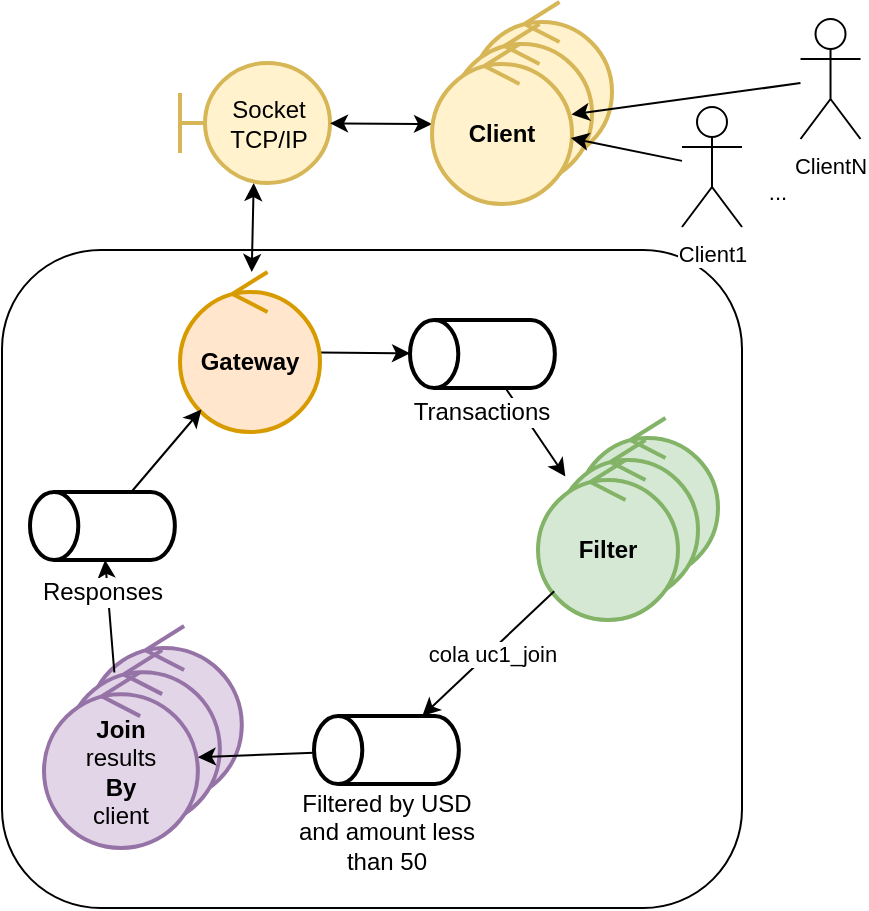
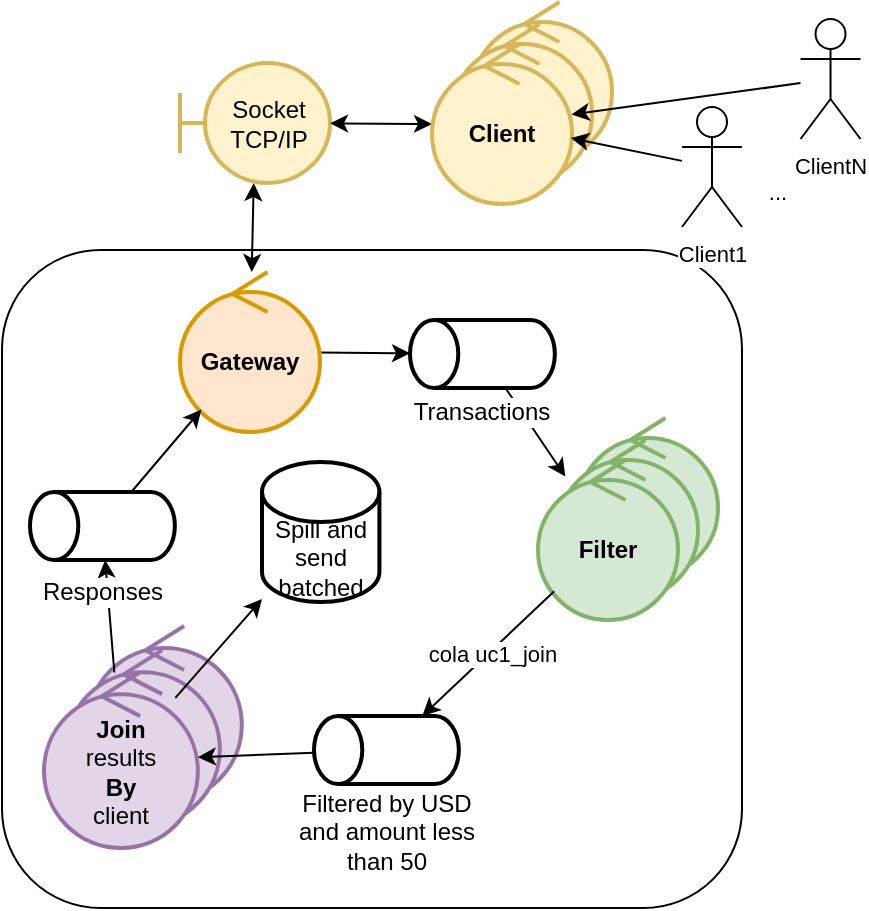
- <mxfile host="Electron" version="29.6.1">
+ <mxfile host="Electron">
  <diagram name="cluster-07" id="cluster-07">
-     <mxGraphModel dx="-2990" dy="4608" grid="1" gridSize="10" guides="1" tooltips="1" connect="1" arrows="1" fold="1" page="0" pageScale="1" pageWidth="850" pageHeight="1100" math="0" shadow="0">
+     <mxGraphModel dx="1030" dy="730" grid="1" gridSize="10" guides="1" tooltips="1" connect="1" arrows="1" fold="1" page="0" pageScale="1" pageWidth="850" pageHeight="1100" math="0" shadow="0">
      <root>
        <mxCell id="0" />
        <mxCell id="1" parent="0" />
        <mxCell id="m3lEM9vwjJh2p-cHX_Ol-222" parent="1" style="rounded=1;whiteSpace=wrap;html=1;fontFamily=Helvetica;fontSize=11;fontColor=default;labelBackgroundColor=default;fillColor=none;" value="" vertex="1">
-           <mxGeometry height="329" width="370" x="20.00" y="144.00" as="geometry" />
+           <mxGeometry height="329" width="370" x="20" y="144" as="geometry" />
        </mxCell>
        <mxCell id="m3lEM9vwjJh2p-cHX_Ol-223" edge="1" parent="1" source="m3lEM9vwjJh2p-cHX_Ol-224" style="shape=connector;rounded=0;orthogonalLoop=1;jettySize=auto;html=1;strokeColor=default;align=center;verticalAlign=middle;fontFamily=Helvetica;fontSize=11;fontColor=default;labelBackgroundColor=default;endArrow=classic;startArrow=classic;startFill=1;" target="m3lEM9vwjJh2p-cHX_Ol-226">
          <mxGeometry relative="1" as="geometry" />
        </mxCell>
        <mxCell id="m3lEM9vwjJh2p-cHX_Ol-224" parent="1" style="shape=umlBoundary;whiteSpace=wrap;html=1;strokeWidth=2;fillColor=#fff2cc;strokeColor=#d6b656;" value="Socket&lt;div&gt;TCP/IP&lt;/div&gt;" vertex="1">
-           <mxGeometry height="60" width="75" x="109.00" y="50.50" as="geometry" />
+           <mxGeometry height="60" width="75" x="109" y="50.5" as="geometry" />
        </mxCell>
        <mxCell id="m3lEM9vwjJh2p-cHX_Ol-225" edge="1" parent="1" source="m3lEM9vwjJh2p-cHX_Ol-226" style="shape=connector;rounded=0;orthogonalLoop=1;jettySize=auto;html=1;strokeColor=default;align=center;verticalAlign=middle;fontFamily=Helvetica;fontSize=11;fontColor=default;labelBackgroundColor=default;endArrow=classic;" target="m3lEM9vwjJh2p-cHX_Ol-233">
          <mxGeometry relative="1" as="geometry" />
        </mxCell>
        <mxCell id="m3lEM9vwjJh2p-cHX_Ol-226" parent="1" style="ellipse;shape=umlControl;whiteSpace=wrap;html=1;strokeWidth=2;fillColor=#ffe6cc;strokeColor=#d79b00;" value="&lt;b&gt;Gateway&lt;/b&gt;" vertex="1">
-           <mxGeometry height="80" width="70" x="109.00" y="155.00" as="geometry" />
+           <mxGeometry height="80" width="70" x="109" y="155" as="geometry" />
        </mxCell>
        <mxCell id="m3lEM9vwjJh2p-cHX_Ol-227" connectable="0" parent="1" style="group;strokeWidth=2;" value="" vertex="1">
-           <mxGeometry height="101" width="90" x="288.00" y="228.00" as="geometry" />
+           <mxGeometry height="101" width="90" x="288" y="228" as="geometry" />
        </mxCell>
        <mxCell id="m3lEM9vwjJh2p-cHX_Ol-228" parent="m3lEM9vwjJh2p-cHX_Ol-227" style="ellipse;shape=umlControl;whiteSpace=wrap;html=1;strokeWidth=2;fillColor=#d5e8d4;strokeColor=#82b366;" value="" vertex="1">
          <mxGeometry height="80" width="70" x="20" as="geometry" />
        </mxCell>
        <mxCell id="m3lEM9vwjJh2p-cHX_Ol-229" parent="m3lEM9vwjJh2p-cHX_Ol-227" style="ellipse;shape=umlControl;whiteSpace=wrap;html=1;strokeWidth=2;fillColor=#d5e8d4;strokeColor=#82b366;" value="" vertex="1">
          <mxGeometry height="80" width="70" x="10" y="11" as="geometry" />
        </mxCell>
        <mxCell id="m3lEM9vwjJh2p-cHX_Ol-230" parent="m3lEM9vwjJh2p-cHX_Ol-227" style="ellipse;shape=umlControl;whiteSpace=wrap;html=1;strokeWidth=2;fillColor=#d5e8d4;strokeColor=#82b366;" value="&lt;b&gt;Filter&lt;/b&gt;" vertex="1">
          <mxGeometry height="80" width="70" y="21" as="geometry" />
        </mxCell>
        <mxCell id="m3lEM9vwjJh2p-cHX_Ol-231" edge="1" parent="1" source="m3lEM9vwjJh2p-cHX_Ol-233" style="edgeStyle=none;shape=connector;rounded=0;orthogonalLoop=1;jettySize=auto;html=1;strokeColor=default;align=center;verticalAlign=middle;fontFamily=Helvetica;fontSize=11;fontColor=default;labelBackgroundColor=default;endArrow=classic;" target="m3lEM9vwjJh2p-cHX_Ol-230">
          <mxGeometry relative="1" as="geometry" />
        </mxCell>
        <mxCell id="m3lEM9vwjJh2p-cHX_Ol-232" connectable="0" parent="1" style="group;strokeWidth=2;" value="" vertex="1">
-           <mxGeometry height="61" width="72.43000000000006" x="224.00" y="179.00" as="geometry" />
+           <mxGeometry height="61" width="72.43000000000006" x="224" y="179" as="geometry" />
        </mxCell>
        <mxCell id="m3lEM9vwjJh2p-cHX_Ol-233" parent="m3lEM9vwjJh2p-cHX_Ol-232" style="strokeWidth=2;html=1;shape=mxgraph.flowchart.database;whiteSpace=wrap;rotation=-90;" value="" vertex="1">
          <mxGeometry height="72.43" width="34" x="19.215000000000032" y="-19.215000000000032" as="geometry" />
        </mxCell>
        <mxCell id="m3lEM9vwjJh2p-cHX_Ol-234" parent="m3lEM9vwjJh2p-cHX_Ol-232" style="text;html=1;whiteSpace=wrap;strokeColor=none;fillColor=none;align=center;verticalAlign=middle;rounded=0;fontFamily=Helvetica;fontSize=12;fontColor=default;labelBackgroundColor=default;strokeWidth=2;" value="Transactions" vertex="1">
          <mxGeometry height="30" width="60" x="6.220000000000027" y="31" as="geometry" />
        </mxCell>
        <mxCell id="m3lEM9vwjJh2p-cHX_Ol-235" edge="1" parent="1" source="m3lEM9vwjJh2p-cHX_Ol-230" style="edgeStyle=none;shape=connector;rounded=0;orthogonalLoop=1;jettySize=auto;html=1;strokeColor=default;align=center;verticalAlign=middle;fontFamily=Helvetica;fontSize=11;fontColor=default;labelBackgroundColor=default;endArrow=classic;" target="m3lEM9vwjJh2p-cHX_Ol-244">
          <mxGeometry relative="1" as="geometry" />
        </mxCell>
        <mxCell id="m3lEM9vwjJh2p-cHX_Ol-236" connectable="0" parent="m3lEM9vwjJh2p-cHX_Ol-235" style="edgeLabel;html=1;align=center;verticalAlign=middle;resizable=0;points=[];fontFamily=Helvetica;fontSize=11;fontColor=default;labelBackgroundColor=default;" value="&lt;span style=&quot;color: rgba(0, 0, 0, 0); font-family: monospace; font-size: 0px; text-align: start; background-color: rgb(236, 236, 236);&quot;&gt;%3CmxGraphModel%3E%3Croot%3E%3CmxCell%20id%3D%220%22%2F%3E%3CmxCell%20id%3D%221%22%20parent%3D%220%22%2F%3E%3CmxCell%20id%3D%222%22%20connectable%3D%220%22%20parent%3D%221%22%20style%3D%22edgeLabel%3Bhtml%3D1%3Balign%3Dcenter%3BverticalAlign%3Dmiddle%3Bresizable%3D0%3Bpoints%3D%5B%5D%3BfontFamily%3DHelvetica%3BfontSize%3D11%3BfontColor%3Ddefault%3BlabelBackgroundColor%3Ddefault%3B%22%20value%3D%22Route%20by%26lt%3Bdiv%26gt%3Bclient_id%26lt%3B%2Fdiv%26gt%3B%22%20vertex%3D%221%22%3E%3CmxGeometry%20x%3D%229987.706754437568%22%20y%3D%2217.148543067465653%22%20as%3D%22geometry%22%2F%3E%3C%2FmxCell%3E%3C%2Froot%3E%3C%2FmxGraphModel%3E&lt;/span&gt;" vertex="1">
          <mxGeometry relative="1" x="0.1138" y="-2" as="geometry">
            <mxPoint as="offset" />
          </mxGeometry>
        </mxCell>
        <mxCell id="m3lEM9vwjJh2p-cHX_Ol-237" connectable="0" parent="m3lEM9vwjJh2p-cHX_Ol-235" style="edgeLabel;html=1;align=center;verticalAlign=middle;resizable=0;points=[];fontFamily=Helvetica;fontSize=11;fontColor=default;labelBackgroundColor=default;" value="cola uc1_join" vertex="1">
          <mxGeometry relative="1" x="0.1198" y="-1" as="geometry">
            <mxPoint x="6" y="-3" as="offset" />
          </mxGeometry>
        </mxCell>
        <mxCell id="m3lEM9vwjJh2p-cHX_Ol-238" connectable="0" parent="1" style="group;strokeWidth=2;" value="" vertex="1">
-           <mxGeometry height="111" width="98.91" x="41.00" y="332.00" as="geometry" />
+           <mxGeometry height="111" width="98.91" x="41" y="332" as="geometry" />
        </mxCell>
        <mxCell id="m3lEM9vwjJh2p-cHX_Ol-239" parent="m3lEM9vwjJh2p-cHX_Ol-238" style="ellipse;shape=umlControl;whiteSpace=wrap;html=1;strokeWidth=2;fillColor=#e1d5e7;strokeColor=#9673a6;" value="" vertex="1">
          <mxGeometry height="87.92079207920793" width="76.92999999999999" x="21.98" as="geometry" />
        </mxCell>
        <mxCell id="m3lEM9vwjJh2p-cHX_Ol-240" parent="m3lEM9vwjJh2p-cHX_Ol-238" style="ellipse;shape=umlControl;whiteSpace=wrap;html=1;strokeWidth=2;fillColor=#e1d5e7;strokeColor=#9673a6;" value="" vertex="1">
          <mxGeometry height="87.92079207920793" width="76.92999999999999" x="10.99" y="12.08910891089109" as="geometry" />
        </mxCell>
        <mxCell id="m3lEM9vwjJh2p-cHX_Ol-241" parent="m3lEM9vwjJh2p-cHX_Ol-238" style="ellipse;shape=umlControl;whiteSpace=wrap;html=1;strokeWidth=2;fillColor=#e1d5e7;strokeColor=#9673a6;" value="&lt;b&gt;Join&lt;/b&gt;&lt;div&gt;results&lt;br&gt;&lt;div&gt;&lt;b&gt;By&lt;/b&gt;&lt;/div&gt;&lt;div&gt;client&lt;/div&gt;&lt;/div&gt;" vertex="1">
          <mxGeometry height="87.92079207920793" width="76.92999999999999" y="23.07920792079208" as="geometry" />
        </mxCell>
        <mxCell id="m3lEM9vwjJh2p-cHX_Ol-242" edge="1" parent="1" source="m3lEM9vwjJh2p-cHX_Ol-244" style="edgeStyle=none;shape=connector;rounded=0;orthogonalLoop=1;jettySize=auto;html=1;strokeColor=default;align=center;verticalAlign=middle;fontFamily=Helvetica;fontSize=11;fontColor=default;labelBackgroundColor=default;endArrow=classic;" target="m3lEM9vwjJh2p-cHX_Ol-241">
          <mxGeometry relative="1" as="geometry" />
        </mxCell>
        <mxCell id="m3lEM9vwjJh2p-cHX_Ol-243" connectable="0" parent="1" style="group;strokeWidth=2;" value="" vertex="1">
-           <mxGeometry height="73" width="83.60999999999993" x="176.00" y="377.00" as="geometry" />
+           <mxGeometry height="73" width="83.60999999999993" x="176" y="377" as="geometry" />
        </mxCell>
        <mxCell id="m3lEM9vwjJh2p-cHX_Ol-244" parent="m3lEM9vwjJh2p-cHX_Ol-243" style="strokeWidth=2;html=1;shape=mxgraph.flowchart.database;whiteSpace=wrap;rotation=-90;" value="" vertex="1">
          <mxGeometry height="72.43" width="34" x="19.215000000000032" y="-19.215000000000032" as="geometry" />
        </mxCell>
        <mxCell id="m3lEM9vwjJh2p-cHX_Ol-245" parent="m3lEM9vwjJh2p-cHX_Ol-243" style="text;html=1;whiteSpace=wrap;strokeColor=none;fillColor=none;align=center;verticalAlign=middle;rounded=0;fontFamily=Helvetica;fontSize=12;fontColor=default;labelBackgroundColor=default;strokeWidth=2;" value="Filtered by USD and amount less than 50" vertex="1">
          <mxGeometry height="30" width="94.78" x="-11.170000000000073" y="43" as="geometry" />
        </mxCell>
        <mxCell id="m3lEM9vwjJh2p-cHX_Ol-246" edge="1" parent="1" source="m3lEM9vwjJh2p-cHX_Ol-241" style="edgeStyle=none;shape=connector;rounded=0;orthogonalLoop=1;jettySize=auto;html=1;strokeColor=default;align=center;verticalAlign=middle;fontFamily=Helvetica;fontSize=11;fontColor=default;labelBackgroundColor=default;endArrow=classic;" target="m3lEM9vwjJh2p-cHX_Ol-248">
          <mxGeometry relative="1" as="geometry" />
        </mxCell>
        <mxCell id="m3lEM9vwjJh2p-cHX_Ol-247" connectable="0" parent="1" style="group;strokeWidth=2;" value="" vertex="1">
-           <mxGeometry height="73" width="83.60999999999993" x="34.00" y="265.00" as="geometry" />
+           <mxGeometry height="73" width="83.60999999999993" x="34" y="265" as="geometry" />
        </mxCell>
        <mxCell id="m3lEM9vwjJh2p-cHX_Ol-248" parent="m3lEM9vwjJh2p-cHX_Ol-247" style="strokeWidth=2;html=1;shape=mxgraph.flowchart.database;whiteSpace=wrap;rotation=-90;" value="" vertex="1">
          <mxGeometry height="72.43" width="34" x="19.215000000000032" y="-19.215000000000032" as="geometry" />
        </mxCell>
        <mxCell id="m3lEM9vwjJh2p-cHX_Ol-249" parent="m3lEM9vwjJh2p-cHX_Ol-247" style="text;html=1;whiteSpace=wrap;strokeColor=none;fillColor=none;align=center;verticalAlign=middle;rounded=0;fontFamily=Helvetica;fontSize=12;fontColor=default;labelBackgroundColor=default;strokeWidth=2;" value="Responses" vertex="1">
          <mxGeometry height="30" width="94.78" x="-11.170000000000073" y="35" as="geometry" />
        </mxCell>
        <mxCell id="m3lEM9vwjJh2p-cHX_Ol-250" edge="1" parent="1" source="m3lEM9vwjJh2p-cHX_Ol-248" style="edgeStyle=none;shape=connector;rounded=0;orthogonalLoop=1;jettySize=auto;html=1;strokeColor=default;align=center;verticalAlign=middle;fontFamily=Helvetica;fontSize=11;fontColor=default;labelBackgroundColor=default;endArrow=classic;" target="m3lEM9vwjJh2p-cHX_Ol-226">
          <mxGeometry relative="1" as="geometry" />
        </mxCell>
        <mxCell id="m3lEM9vwjJh2p-cHX_Ol-251" parent="1" style="shape=umlActor;verticalLabelPosition=bottom;verticalAlign=top;html=1;outlineConnect=0;fontFamily=Helvetica;fontSize=11;fontColor=default;labelBackgroundColor=default;" value="ClientN" vertex="1">
-           <mxGeometry height="60" width="30" x="419.26" y="28.50" as="geometry" />
+           <mxGeometry height="60" width="30" x="419.26" y="28.5" as="geometry" />
        </mxCell>
        <mxCell id="m3lEM9vwjJh2p-cHX_Ol-252" parent="1" style="shape=umlActor;verticalLabelPosition=bottom;verticalAlign=top;html=1;outlineConnect=0;fontFamily=Helvetica;fontSize=11;fontColor=default;labelBackgroundColor=default;" value="Client1" vertex="1">
-           <mxGeometry height="60" width="30" x="360.00" y="72.50" as="geometry" />
+           <mxGeometry height="60" width="30" x="360" y="72.5" as="geometry" />
        </mxCell>
        <mxCell id="m3lEM9vwjJh2p-cHX_Ol-253" parent="1" style="text;html=1;whiteSpace=wrap;strokeColor=none;fillColor=none;align=center;verticalAlign=middle;rounded=0;fontFamily=Helvetica;fontSize=11;fontColor=default;labelBackgroundColor=default;" value="..." vertex="1">
-           <mxGeometry height="30" width="60" x="378.20" y="100.00" as="geometry" />
+           <mxGeometry height="30" width="60" x="378.2" y="100" as="geometry" />
        </mxCell>
        <mxCell id="m3lEM9vwjJh2p-cHX_Ol-254" edge="1" parent="1" source="m3lEM9vwjJh2p-cHX_Ol-258" style="edgeStyle=none;shape=connector;rounded=0;orthogonalLoop=1;jettySize=auto;html=1;strokeColor=default;align=center;verticalAlign=middle;fontFamily=Helvetica;fontSize=11;fontColor=default;labelBackgroundColor=default;endArrow=classic;startArrow=classic;startFill=1;" target="m3lEM9vwjJh2p-cHX_Ol-224">
          <mxGeometry relative="1" as="geometry">
-             <mxPoint x="239.00" y="79.50" as="sourcePoint" />
+             <mxPoint x="239" y="79.5" as="sourcePoint" />
          </mxGeometry>
        </mxCell>
        <mxCell id="m3lEM9vwjJh2p-cHX_Ol-255" connectable="0" parent="1" style="group;strokeWidth=2;" value="" vertex="1">
-           <mxGeometry height="101" width="90" x="235.00" y="20.00" as="geometry" />
+           <mxGeometry height="101" width="90" x="235" y="20" as="geometry" />
        </mxCell>
        <mxCell id="m3lEM9vwjJh2p-cHX_Ol-256" parent="m3lEM9vwjJh2p-cHX_Ol-255" style="ellipse;shape=umlControl;whiteSpace=wrap;html=1;strokeWidth=2;fillColor=#fff2cc;strokeColor=#d6b656;" value="" vertex="1">
          <mxGeometry height="80" width="70" x="20" as="geometry" />
        </mxCell>
        <mxCell id="m3lEM9vwjJh2p-cHX_Ol-257" parent="m3lEM9vwjJh2p-cHX_Ol-255" style="ellipse;shape=umlControl;whiteSpace=wrap;html=1;strokeWidth=2;fillColor=#fff2cc;strokeColor=#d6b656;" value="" vertex="1">
          <mxGeometry height="80" width="70" x="10" y="11" as="geometry" />
        </mxCell>
        <mxCell id="m3lEM9vwjJh2p-cHX_Ol-258" parent="m3lEM9vwjJh2p-cHX_Ol-255" style="ellipse;shape=umlControl;whiteSpace=wrap;html=1;strokeWidth=2;fillColor=#fff2cc;strokeColor=#d6b656;" value="&lt;b&gt;Client&lt;/b&gt;" vertex="1">
          <mxGeometry height="80" width="70" y="21" as="geometry" />
        </mxCell>
        <mxCell id="m3lEM9vwjJh2p-cHX_Ol-259" edge="1" parent="1" source="m3lEM9vwjJh2p-cHX_Ol-251" style="shape=connector;rounded=0;orthogonalLoop=1;jettySize=auto;html=1;strokeColor=default;align=center;verticalAlign=middle;fontFamily=Helvetica;fontSize=11;fontColor=default;labelBackgroundColor=default;endArrow=classic;" target="m3lEM9vwjJh2p-cHX_Ol-258">
          <mxGeometry relative="1" as="geometry">
-             <mxPoint x="308.68" y="74.10" as="targetPoint" />
+             <mxPoint x="308.68" y="74.1" as="targetPoint" />
          </mxGeometry>
        </mxCell>
        <mxCell id="m3lEM9vwjJh2p-cHX_Ol-260" edge="1" parent="1" source="m3lEM9vwjJh2p-cHX_Ol-252" style="shape=connector;rounded=0;orthogonalLoop=1;jettySize=auto;html=1;strokeColor=default;align=center;verticalAlign=middle;fontFamily=Helvetica;fontSize=11;fontColor=default;labelBackgroundColor=default;endArrow=classic;" target="m3lEM9vwjJh2p-cHX_Ol-258">
          <mxGeometry relative="1" as="geometry">
            <mxPoint x="308.94" y="81.89" as="targetPoint" />
          </mxGeometry>
        </mxCell>
+         <mxCell id="7mW2V3SFUDtjrEfDyQ3J-1" parent="1" style="shape=cylinder3;whiteSpace=wrap;html=1;boundedLbl=1;backgroundOutline=1;size=15;strokeWidth=2;" value="Spill and send batched" vertex="1">
+           <mxGeometry height="70" width="58.71" x="150" y="250" as="geometry" />
+         </mxCell>
+         <mxCell id="7mW2V3SFUDtjrEfDyQ3J-2" edge="1" parent="1" source="m3lEM9vwjJh2p-cHX_Ol-241" style="rounded=0;orthogonalLoop=1;jettySize=auto;html=1;" target="7mW2V3SFUDtjrEfDyQ3J-1">
+           <mxGeometry relative="1" as="geometry" />
+         </mxCell>
      </root>
    </mxGraphModel>
  </diagram>
- </mxfile>+ </mxfile>
